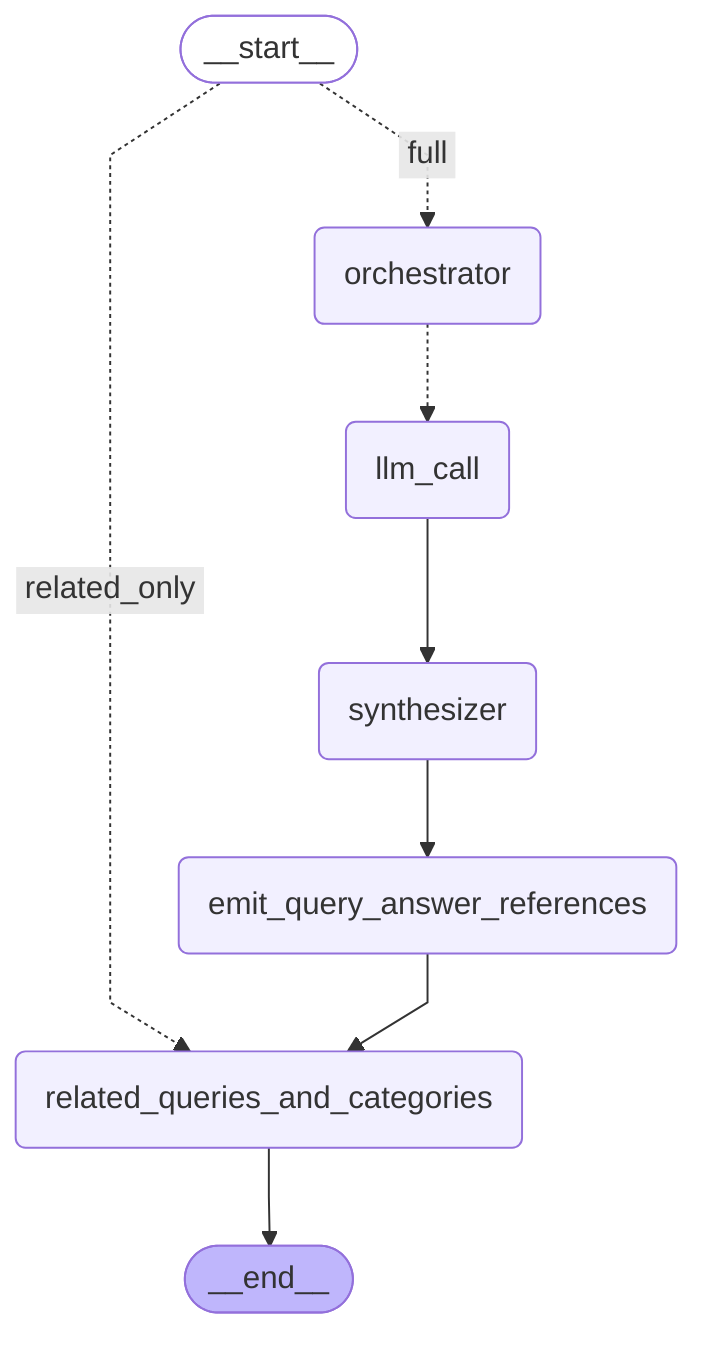
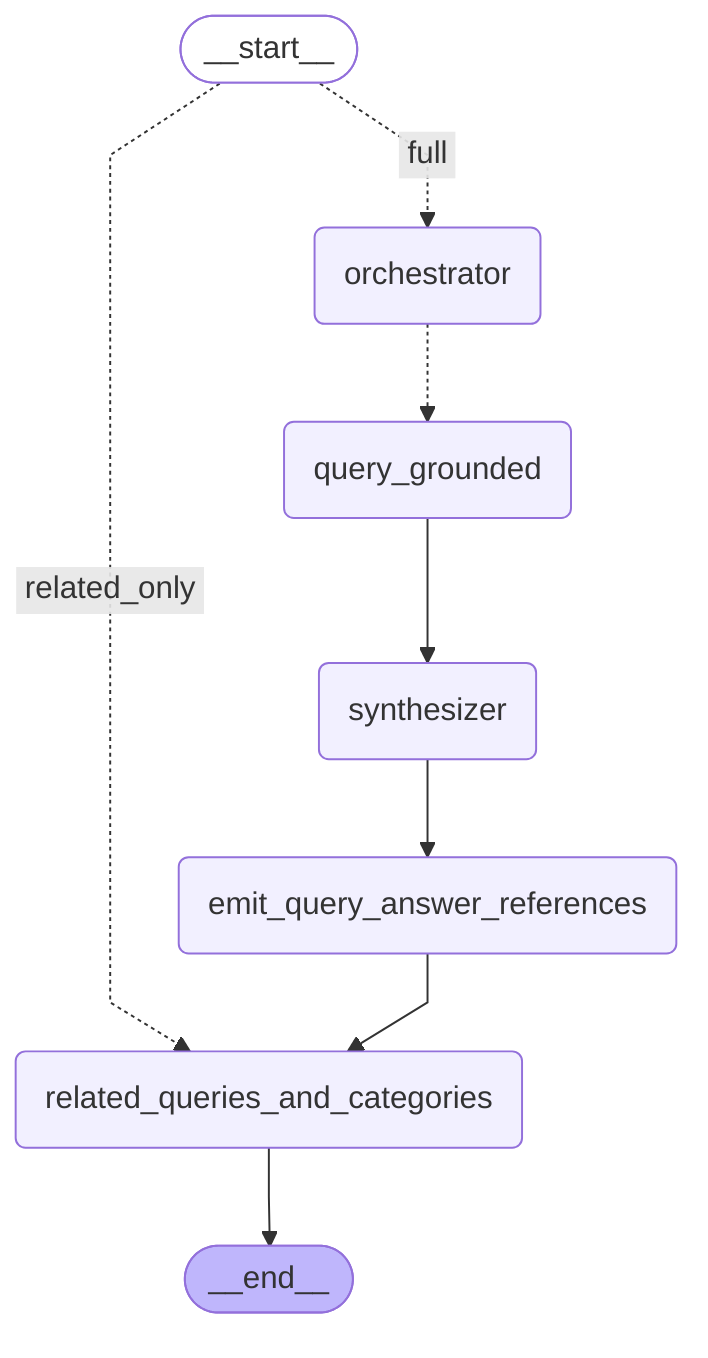
---
config:
  flowchart:
    curve: linear
---
graph TD;
	__start__([<p>__start__</p>]):::first
	orchestrator(orchestrator)
- 	llm_call(llm_call)
+ 	query_grounded(query_grounded)
	synthesizer(synthesizer)
	emit_query_answer_references(emit_query_answer_references)
	related_queries_and_categories(related_queries_and_categories)
	__end__([<p>__end__</p>]):::last
	__start__ -. &nbsp;full&nbsp; .-> orchestrator;
	__start__ -. &nbsp;related_only&nbsp; .-> related_queries_and_categories;
	emit_query_answer_references --> related_queries_and_categories;
- 	llm_call --> synthesizer;
- 	orchestrator -.-> llm_call;
+ 	orchestrator -.-> query_grounded;
+ 	query_grounded --> synthesizer;
	synthesizer --> emit_query_answer_references;
	related_queries_and_categories --> __end__;
	classDef default fill:#f2f0ff,line-height:1.2
	classDef first fill-opacity:0
	classDef last fill:#bfb6fc
